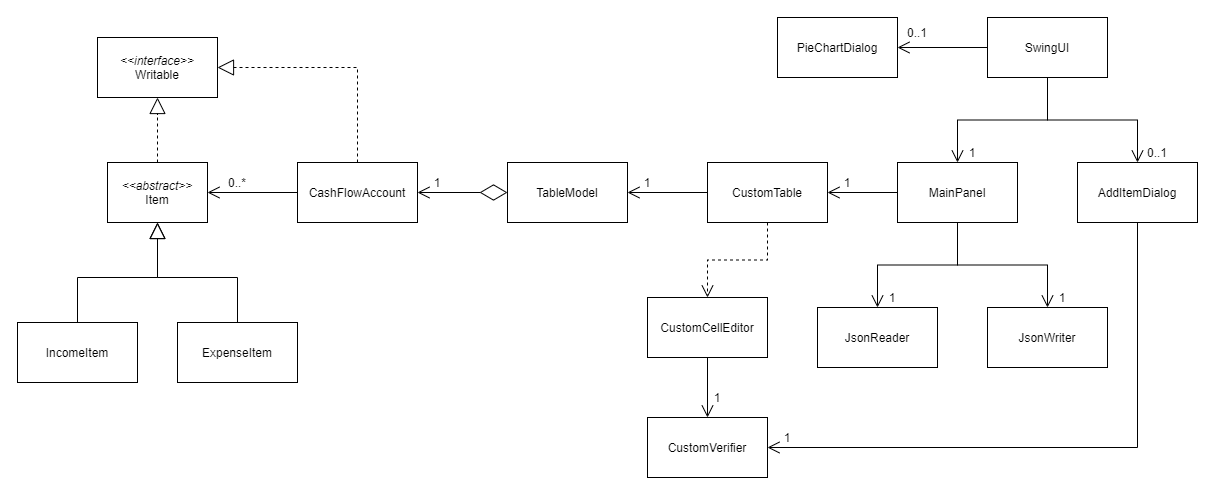
Before: UML_Design_Diagram.png, a diagram exported from draw.io (AnimeAllstar/cash-flow-account). Source tidied: cells renumbered, new cells last; positions are measured from the earlier drawing's top-left corner, leaving out a move shared by most shapes.
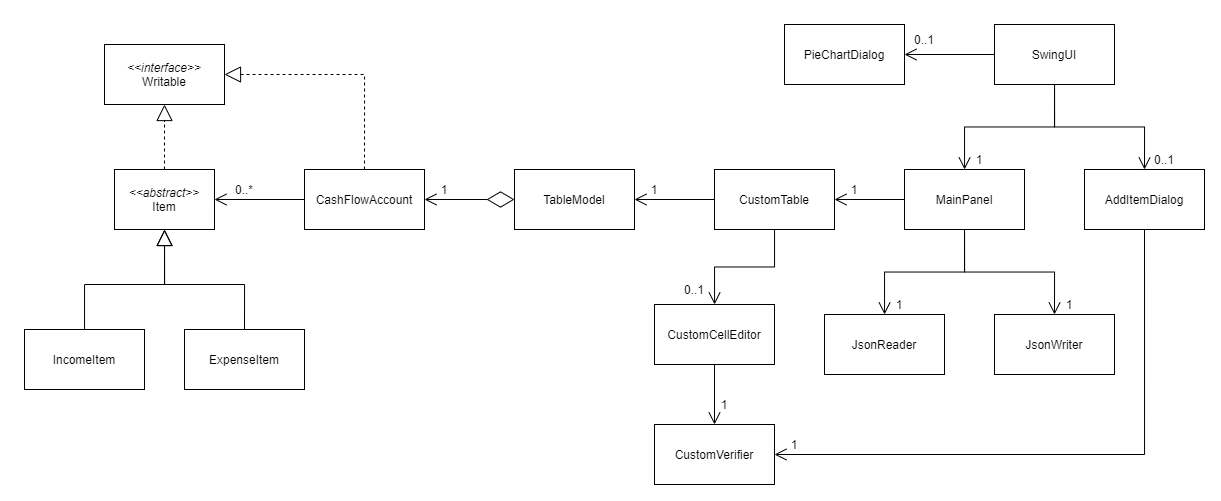
Later version of the same file.

Commit message:
Updated UML diagram

What changed in the source:
```diff
@@ -84,7 +84,7 @@
     <mxCell id="25" style="edgeStyle=orthogonalEdgeStyle;rounded=0;jettySize=auto;exitX=0;exitY=0.5;exitDx=0;exitDy=0;entryX=1;entryY=0.5;entryDx=0;entryDy=0;startArrow=none;startFill=0;startSize=12;endArrow=open;endFill=0;endSize=10;strokeColor=#000000;strokeWidth=1;html=1;fontStyle=0;" parent="1" edge="1" source="27" target="13">
       <mxGeometry relative="1" as="geometry" />
     </mxCell>
-    <mxCell id="26" style="edgeStyle=orthogonalEdgeStyle;rounded=0;jettySize=auto;startArrow=none;startFill=0;startSize=12;endArrow=open;endFill=0;endSize=10;strokeColor=#000000;strokeWidth=1;dashed=1;html=1;fontStyle=0;" parent="1" edge="1" source="27" target="32">
+    <mxCell id="26" style="edgeStyle=orthogonalEdgeStyle;rounded=0;jettySize=auto;startArrow=none;startFill=0;startSize=12;endArrow=open;endFill=0;endSize=10;strokeColor=#000000;strokeWidth=1;html=1;fontStyle=0;" parent="1" edge="1" source="27" target="32">
       <mxGeometry relative="1" as="geometry" />
     </mxCell>
     <mxCell id="27" value="CustomTable" style="rounded=0;whiteSpace=wrap;html=1;fontStyle=0;" parent="1" vertex="1">
@@ -138,5 +138,8 @@
     <mxCell id="43" style="edgeStyle=orthogonalEdgeStyle;rounded=0;jettySize=auto;exitX=0.5;exitY=0;exitDx=0;exitDy=0;entryX=1;entryY=0.5;entryDx=0;entryDy=0;endArrow=block;endFill=0;endSize=14;strokeColor=#000000;strokeWidth=1;dashed=1;html=1;fontStyle=0;" parent="1" edge="1" source="11" target="9">
       <mxGeometry relative="1" as="geometry" />
     </mxCell>
+    <mxCell id="44" value="0..1" style="text;strokeColor=none;fillColor=none;align=center;verticalAlign=middle;whiteSpace=wrap;rounded=0;html=1;fontStyle=0;" parent="1" vertex="1">
+      <mxGeometry x="660" y="250" width="20" height="30" as="geometry" />
+    </mxCell>
   </root>
 </mxGraphModel>
```
